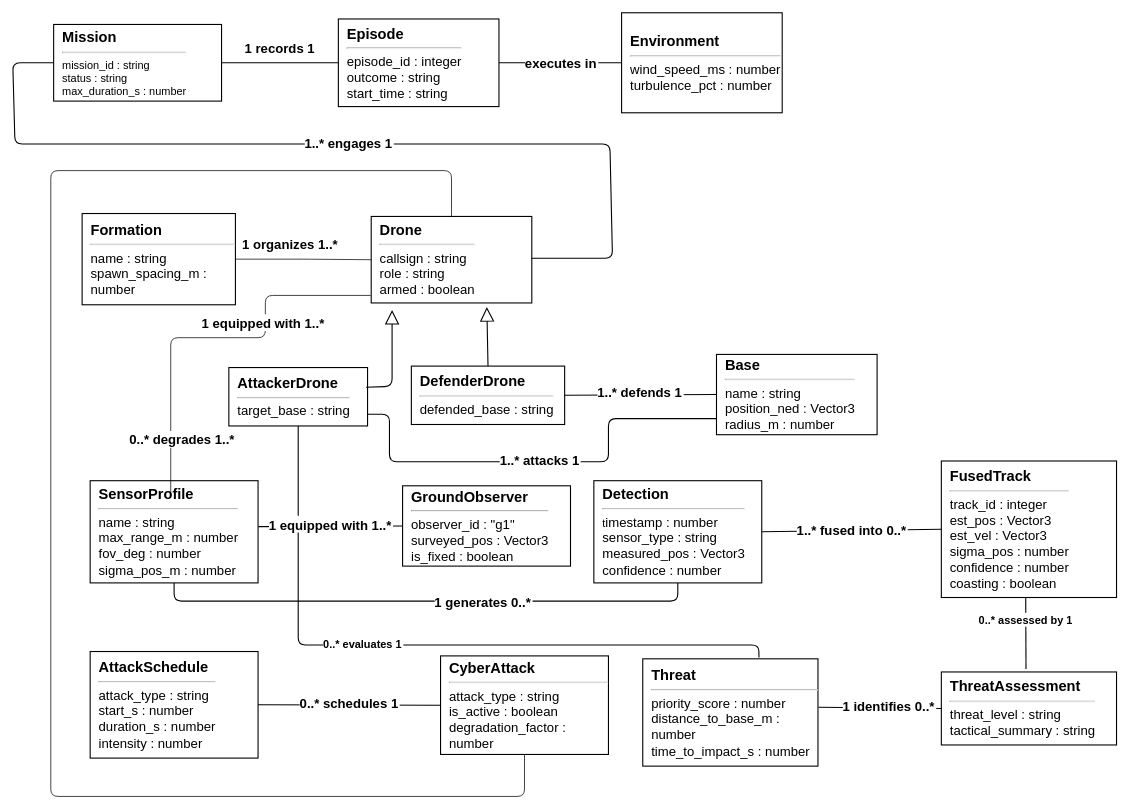
Before: 05_domain_model.drawio in syedmohammad611/diagrams, a draw.io diagram. Source tidied: cells renumbered, new cells numbered last; positions are measured from the earlier drawing's top-left corner, leaving out a move shared by most shapes. Both pictures are drawn from the tidied source at 73%, with x=0, y=0 at pixel (12, 12).
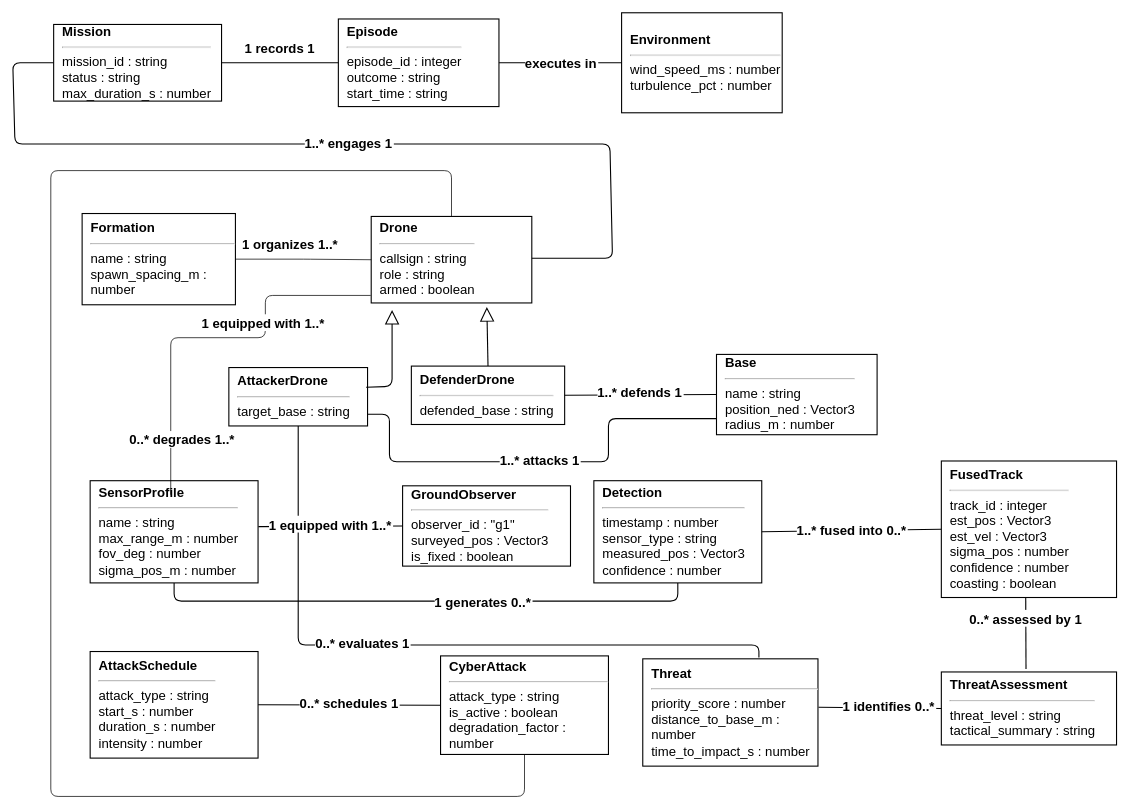
The same diagram, later.

Diff of the diagram source:
```diff
@@
-    <mxCell id="2" value="&lt;b&gt;&lt;font style=&quot;font-size: 20px;&quot;&gt;Formation&lt;/font&gt;&lt;/b&gt;&lt;br&gt;&lt;hr&gt;&lt;font style=&quot;font-size: 18px;&quot;&gt;name : string&lt;br&gt;spawn_spacing_m : number&lt;/font&gt;" style="whiteSpace=wrap;html=1;fillColor=none;strokeColor=#000000;strokeWidth=1.5;fontFamily=Helvetica;fontColor=#000000;fontSize=15;align=left;spacingLeft=10;" parent="1" vertex="1">
+    <mxCell id="2" value="&lt;b&gt;&lt;font&gt;Formation&lt;/font&gt;&lt;/b&gt;&lt;br&gt;&lt;hr&gt;&lt;font&gt;name : string&lt;br&gt;spawn_spacing_m : number&lt;/font&gt;" style="whiteSpace=wrap;html=1;fillColor=none;strokeColor=#000000;strokeWidth=1.5;fontFamily=Helvetica;fontColor=#000000;fontSize=18;align=left;spacingLeft=10;" parent="1" vertex="1">
       <mxGeometry x="95" y="275" width="210" height="125" as="geometry" />
     </mxCell>
-    <mxCell id="3" value="&lt;b&gt;&lt;font style=&quot;font-size: 20px;&quot;&gt;Drone&lt;/font&gt;&lt;/b&gt;&lt;br&gt;&lt;hr&gt;&lt;font style=&quot;font-size: 18px;&quot;&gt;callsign : string&lt;br&gt;role : string&lt;br&gt;armed : boolean&lt;/font&gt;" style="whiteSpace=wrap;html=1;fillColor=none;strokeColor=#000000;strokeWidth=1.5;fontFamily=Helvetica;fontColor=#000000;fontSize=15;align=left;spacingLeft=10;" parent="1" vertex="1">
+    <mxCell id="3" value="&lt;b&gt;&lt;font&gt;Drone&lt;/font&gt;&lt;/b&gt;&lt;br&gt;&lt;hr&gt;&lt;font&gt;callsign : string&lt;br&gt;role : string&lt;br&gt;armed : boolean&lt;/font&gt;" style="whiteSpace=wrap;html=1;fillColor=none;strokeColor=#000000;strokeWidth=1.5;fontFamily=Helvetica;fontColor=#000000;fontSize=18;align=left;spacingLeft=10;" parent="1" vertex="1">
       <mxGeometry x="491" y="279" width="220" height="118.5" as="geometry" />
     </mxCell>
-    <mxCell id="4" value="&lt;font style=&quot;font-size: 20px;&quot;&gt;&lt;b style=&quot;&quot;&gt;Mission&lt;/b&gt;&lt;br&gt;&lt;/font&gt;&lt;hr&gt;mission_id : string&lt;br&gt;status : string&lt;br&gt;max_duration_s : number" style="whiteSpace=wrap;html=1;fillColor=none;strokeColor=#000000;strokeWidth=1.5;fontFamily=Helvetica;fontColor=#000000;fontSize=15;align=left;spacingLeft=10;" parent="1" vertex="1">
+    <mxCell id="4" value="&lt;font&gt;&lt;b&gt;Mission&lt;/b&gt;&lt;br&gt;&lt;/font&gt;&lt;hr&gt;mission_id : string&lt;br&gt;status : string&lt;br&gt;max_duration_s : number" style="whiteSpace=wrap;html=1;fillColor=none;strokeColor=#000000;strokeWidth=1.5;fontFamily=Helvetica;fontColor=#000000;fontSize=18;align=left;spacingLeft=10;" parent="1" vertex="1">
       <mxGeometry x="56" y="16" width="230" height="105" as="geometry" />
     </mxCell>
-    <mxCell id="5" value="&lt;font style=&quot;font-size: 20px;&quot;&gt;&lt;b style=&quot;&quot;&gt;Episode&lt;/b&gt;&lt;br&gt;&lt;/font&gt;&lt;hr&gt;&lt;font style=&quot;font-size: 18px;&quot;&gt;episode_id : integer&lt;br&gt;outcome : string&lt;br&gt;start_time : string&lt;/font&gt;" style="whiteSpace=wrap;html=1;fillColor=none;strokeColor=#000000;strokeWidth=1.5;fontFamily=Helvetica;fontColor=#000000;fontSize=15;align=left;spacingLeft=10;" parent="1" vertex="1">
+    <mxCell id="5" value="&lt;font&gt;&lt;b&gt;Episode&lt;/b&gt;&lt;br&gt;&lt;/font&gt;&lt;hr&gt;&lt;font&gt;episode_id : integer&lt;br&gt;outcome : string&lt;br&gt;start_time : string&lt;/font&gt;" style="whiteSpace=wrap;html=1;fillColor=none;strokeColor=#000000;strokeWidth=1.5;fontFamily=Helvetica;fontColor=#000000;fontSize=18;align=left;spacingLeft=10;" parent="1" vertex="1">
       <mxGeometry x="446" y="8.5" width="220" height="120" as="geometry" />
     </mxCell>
-    <mxCell id="6" value="&lt;font style=&quot;font-size: 20px;&quot;&gt;&lt;b style=&quot;&quot;&gt;Environment&lt;/b&gt;&lt;br&gt;&lt;/font&gt;&lt;hr&gt;&lt;font style=&quot;font-size: 18px;&quot;&gt;wind_speed_ms : number&lt;br&gt;turbulence_pct : number&lt;/font&gt;" style="whiteSpace=wrap;html=1;fillColor=none;strokeColor=#000000;strokeWidth=1.5;fontFamily=Helvetica;fontColor=#000000;fontSize=15;align=left;spacingLeft=10;" parent="1" vertex="1">
+    <mxCell id="6" value="&lt;font&gt;&lt;b&gt;Environment&lt;/b&gt;&lt;br&gt;&lt;/font&gt;&lt;hr&gt;&lt;font&gt;wind_speed_ms : number&lt;br&gt;turbulence_pct : number&lt;/font&gt;" style="whiteSpace=wrap;html=1;fillColor=none;strokeColor=#000000;strokeWidth=1.5;fontFamily=Helvetica;fontColor=#000000;fontSize=18;align=left;spacingLeft=10;" parent="1" vertex="1">
       <mxGeometry x="834" width="220" height="137" as="geometry" />
     </mxCell>
-    <mxCell id="7" value="&lt;font style=&quot;font-size: 20px;&quot;&gt;&lt;b style=&quot;&quot;&gt;AttackerDrone&lt;/b&gt;&lt;br&gt;&lt;/font&gt;&lt;hr&gt;&lt;font style=&quot;font-size: 18px;&quot;&gt;target_base : string&lt;/font&gt;" style="whiteSpace=wrap;html=1;fillColor=none;strokeColor=#000000;strokeWidth=1.5;fontFamily=Helvetica;fontColor=#000000;fontSize=15;align=left;spacingLeft=10;" parent="1" vertex="1">
+    <mxCell id="7" value="&lt;font&gt;&lt;b&gt;AttackerDrone&lt;/b&gt;&lt;br&gt;&lt;/font&gt;&lt;hr&gt;&lt;font&gt;target_base : string&lt;/font&gt;" style="whiteSpace=wrap;html=1;fillColor=none;strokeColor=#000000;strokeWidth=1.5;fontFamily=Helvetica;fontColor=#000000;fontSize=18;align=left;spacingLeft=10;" parent="1" vertex="1">
       <mxGeometry x="296" y="486" width="190" height="80" as="geometry" />
     </mxCell>
-    <mxCell id="8" value="&lt;b&gt;&lt;font style=&quot;font-size: 20px;&quot;&gt;DefenderDrone&lt;/font&gt;&lt;/b&gt;&lt;br&gt;&lt;hr&gt;&lt;font style=&quot;font-size: 18px;&quot;&gt;defended_base : string&lt;/font&gt;" style="whiteSpace=wrap;html=1;fillColor=none;strokeColor=#000000;strokeWidth=1.5;fontFamily=Helvetica;fontColor=#000000;fontSize=15;align=left;spacingLeft=10;" parent="1" vertex="1">
+    <mxCell id="8" value="&lt;b&gt;&lt;font&gt;DefenderDrone&lt;/font&gt;&lt;/b&gt;&lt;br&gt;&lt;hr&gt;&lt;font&gt;defended_base : string&lt;/font&gt;" style="whiteSpace=wrap;html=1;fillColor=none;strokeColor=#000000;strokeWidth=1.5;fontFamily=Helvetica;fontColor=#000000;fontSize=18;align=left;spacingLeft=10;" parent="1" vertex="1">
       <mxGeometry x="546" y="484" width="210" height="80" as="geometry" />
     </mxCell>
-    <mxCell id="9" value="&lt;font style=&quot;font-size: 20px;&quot;&gt;&lt;b style=&quot;&quot;&gt;Base&lt;/b&gt;&lt;br&gt;&lt;/font&gt;&lt;hr&gt;&lt;font style=&quot;font-size: 18px;&quot;&gt;name : string&lt;br&gt;position_ned : Vector3&lt;br&gt;radius_m : number&lt;/font&gt;" style="whiteSpace=wrap;html=1;fillColor=none;strokeColor=#000000;strokeWidth=1.5;fontFamily=Helvetica;fontColor=#000000;fontSize=15;align=left;spacingLeft=10;" parent="1" vertex="1">
+    <mxCell id="9" value="&lt;font&gt;&lt;b&gt;Base&lt;/b&gt;&lt;br&gt;&lt;/font&gt;&lt;hr&gt;&lt;font&gt;name : string&lt;br&gt;position_ned : Vector3&lt;br&gt;radius_m : number&lt;/font&gt;" style="whiteSpace=wrap;html=1;fillColor=none;strokeColor=#000000;strokeWidth=1.5;fontFamily=Helvetica;fontColor=#000000;fontSize=18;align=left;spacingLeft=10;" parent="1" vertex="1">
       <mxGeometry x="964" y="468" width="220" height="110" as="geometry" />
     </mxCell>
-    <mxCell id="10" value="&lt;b&gt;&lt;font style=&quot;font-size: 20px;&quot;&gt;SensorProfile&lt;/font&gt;&lt;/b&gt;&lt;br&gt;&lt;hr&gt;&lt;font style=&quot;font-size: 18px;&quot;&gt;name : string&lt;br&gt;max_range_m : number&lt;br&gt;fov_deg : number&lt;br&gt;sigma_pos_m : number&lt;/font&gt;" style="whiteSpace=wrap;html=1;fillColor=none;strokeColor=#000000;strokeWidth=1.5;fontFamily=Helvetica;fontColor=#000000;fontSize=15;align=left;spacingLeft=10;" parent="1" vertex="1">
+    <mxCell id="10" value="&lt;b&gt;&lt;font&gt;SensorProfile&lt;/font&gt;&lt;/b&gt;&lt;br&gt;&lt;hr&gt;&lt;font&gt;name : string&lt;br&gt;max_range_m : number&lt;br&gt;fov_deg : number&lt;br&gt;sigma_pos_m : number&lt;/font&gt;" style="whiteSpace=wrap;html=1;fillColor=none;strokeColor=#000000;strokeWidth=1.5;fontFamily=Helvetica;fontColor=#000000;fontSize=18;align=left;spacingLeft=10;" parent="1" vertex="1">
       <mxGeometry x="106" y="641" width="230" height="140" as="geometry" />
     </mxCell>
-    <mxCell id="11" value="&lt;b&gt;&lt;font style=&quot;font-size: 20px;&quot;&gt;GroundObserver&lt;/font&gt;&lt;/b&gt;&lt;br&gt;&lt;hr&gt;&lt;font style=&quot;font-size: 18px;&quot;&gt;observer_id : &quot;g1&quot;&lt;br&gt;surveyed_pos : Vector3&lt;br&gt;is_fixed : boolean&lt;/font&gt;" style="whiteSpace=wrap;html=1;fillColor=none;strokeColor=#000000;strokeWidth=1.5;fontFamily=Helvetica;fontColor=#000000;fontSize=15;align=left;spacingLeft=10;" parent="1" vertex="1">
+    <mxCell id="11" value="&lt;b&gt;&lt;font&gt;GroundObserver&lt;/font&gt;&lt;/b&gt;&lt;br&gt;&lt;hr&gt;&lt;font&gt;observer_id : &quot;g1&quot;&lt;br&gt;surveyed_pos : Vector3&lt;br&gt;is_fixed : boolean&lt;/font&gt;" style="whiteSpace=wrap;html=1;fillColor=none;strokeColor=#000000;strokeWidth=1.5;fontFamily=Helvetica;fontColor=#000000;fontSize=18;align=left;spacingLeft=10;" parent="1" vertex="1">
       <mxGeometry x="534" y="648" width="230" height="110" as="geometry" />
     </mxCell>
-    <mxCell id="12" value="&lt;font style=&quot;font-size: 20px;&quot;&gt;&lt;b style=&quot;&quot;&gt;Detection&lt;/b&gt;&lt;br&gt;&lt;/font&gt;&lt;hr&gt;t&lt;font style=&quot;font-size: 18px;&quot;&gt;imestamp : number&lt;br&gt;sensor_type : string&lt;br&gt;measured_pos : Vector3&lt;br&gt;confidence : number&lt;/font&gt;" style="whiteSpace=wrap;html=1;fillColor=none;strokeColor=#000000;strokeWidth=1.5;fontFamily=Helvetica;fontColor=#000000;fontSize=15;align=left;spacingLeft=10;" parent="1" vertex="1">
+    <mxCell id="12" value="&lt;font&gt;&lt;b&gt;Detection&lt;/b&gt;&lt;br&gt;&lt;/font&gt;&lt;hr&gt;t&lt;font&gt;imestamp : number&lt;br&gt;sensor_type : string&lt;br&gt;measured_pos : Vector3&lt;br&gt;confidence : number&lt;/font&gt;" style="whiteSpace=wrap;html=1;fillColor=none;strokeColor=#000000;strokeWidth=1.5;fontFamily=Helvetica;fontColor=#000000;fontSize=18;align=left;spacingLeft=10;" parent="1" vertex="1">
       <mxGeometry x="796" y="641" width="230" height="140" as="geometry" />
     </mxCell>
-    <mxCell id="13" value="&lt;b&gt;&lt;font style=&quot;font-size: 20px;&quot;&gt;FusedTrack&lt;/font&gt;&lt;/b&gt;&lt;br&gt;&lt;hr&gt;&lt;font style=&quot;font-size: 18px;&quot;&gt;track_id : integer&lt;br&gt;est_pos : Vector3&lt;br&gt;est_vel : Vector3&lt;br&gt;sigma_pos : number&lt;br&gt;confidence : number&lt;br&gt;coasting : boolean&lt;/font&gt;" style="whiteSpace=wrap;html=1;fillColor=none;strokeColor=#000000;strokeWidth=1.5;fontFamily=Helvetica;fontColor=#000000;fontSize=15;align=left;spacingLeft=10;" parent="1" vertex="1">
+    <mxCell id="13" value="&lt;b&gt;&lt;font&gt;FusedTrack&lt;/font&gt;&lt;/b&gt;&lt;br&gt;&lt;hr&gt;&lt;font&gt;track_id : integer&lt;br&gt;est_pos : Vector3&lt;br&gt;est_vel : Vector3&lt;br&gt;sigma_pos : number&lt;br&gt;confidence : number&lt;br&gt;coasting : boolean&lt;/font&gt;" style="whiteSpace=wrap;html=1;fillColor=none;strokeColor=#000000;strokeWidth=1.5;fontFamily=Helvetica;fontColor=#000000;fontSize=18;align=left;spacingLeft=10;" parent="1" vertex="1">
       <mxGeometry x="1272" y="614" width="240" height="187" as="geometry" />
     </mxCell>
-    <mxCell id="14" value="&lt;font style=&quot;font-size: 20px;&quot;&gt;&lt;b&gt;ThreatAssessment&lt;/b&gt;&lt;br&gt;&lt;/font&gt;&lt;hr&gt;&lt;font style=&quot;font-size: 18px;&quot;&gt;threat_level : string&lt;br&gt;tactical_summary : string&lt;/font&gt;" style="whiteSpace=wrap;html=1;fillColor=none;strokeColor=#000000;strokeWidth=1.5;fontFamily=Helvetica;fontColor=#000000;fontSize=15;align=left;spacingLeft=10;" parent="1" vertex="1">
+    <mxCell id="14" value="&lt;font&gt;&lt;b&gt;ThreatAssessment&lt;/b&gt;&lt;br&gt;&lt;/font&gt;&lt;hr&gt;&lt;font&gt;threat_level : string&lt;br&gt;tactical_summary : string&lt;/font&gt;" style="whiteSpace=wrap;html=1;fillColor=none;strokeColor=#000000;strokeWidth=1.5;fontFamily=Helvetica;fontColor=#000000;fontSize=18;align=left;spacingLeft=10;" parent="1" vertex="1">
       <mxGeometry x="1272" y="903" width="240" height="100" as="geometry" />
     </mxCell>
-    <mxCell id="15" value="&lt;font style=&quot;font-size: 20px;&quot;&gt;&lt;b style=&quot;&quot;&gt;Threat&lt;/b&gt;&lt;br&gt;&lt;/font&gt;&lt;hr&gt;&lt;font style=&quot;font-size: 18px;&quot;&gt;priority_score : number&lt;br&gt;distance_to_base_m : number&lt;br&gt;time_to_impact_s : number&lt;/font&gt;" style="whiteSpace=wrap;html=1;fillColor=none;strokeColor=#000000;strokeWidth=1.5;fontFamily=Helvetica;fontColor=#000000;fontSize=15;align=left;spacingLeft=10;" parent="1" vertex="1">
+    <mxCell id="15" value="&lt;font&gt;&lt;b&gt;Threat&lt;/b&gt;&lt;br&gt;&lt;/font&gt;&lt;hr&gt;&lt;font&gt;priority_score : number&lt;br&gt;distance_to_base_m : number&lt;br&gt;time_to_impact_s : number&lt;/font&gt;" style="whiteSpace=wrap;html=1;fillColor=none;strokeColor=#000000;strokeWidth=1.5;fontFamily=Helvetica;fontColor=#000000;fontSize=18;align=left;spacingLeft=10;" parent="1" vertex="1">
       <mxGeometry x="863" y="885" width="240" height="147" as="geometry" />
     </mxCell>
-    <mxCell id="16" value="&lt;font style=&quot;font-size: 20px;&quot;&gt;&lt;b style=&quot;&quot;&gt;AttackSchedule&lt;/b&gt;&lt;br&gt;&lt;/font&gt;&lt;hr&gt;&lt;font style=&quot;font-size: 18px;&quot;&gt;attack_type : string&lt;br&gt;start_s : number&lt;br&gt;duration_s : number&lt;br&gt;intensity : number&lt;/font&gt;" style="whiteSpace=wrap;html=1;fillColor=none;strokeColor=#000000;strokeWidth=1.5;fontFamily=Helvetica;fontColor=#000000;fontSize=15;align=left;spacingLeft=10;" parent="1" vertex="1">
+    <mxCell id="16" value="&lt;font&gt;&lt;b&gt;AttackSchedule&lt;/b&gt;&lt;br&gt;&lt;/font&gt;&lt;hr&gt;&lt;font&gt;attack_type : string&lt;br&gt;start_s : number&lt;br&gt;duration_s : number&lt;br&gt;intensity : number&lt;/font&gt;" style="whiteSpace=wrap;html=1;fillColor=none;strokeColor=#000000;strokeWidth=1.5;fontFamily=Helvetica;fontColor=#000000;fontSize=18;align=left;spacingLeft=10;" parent="1" vertex="1">
       <mxGeometry x="106" y="875" width="230" height="146" as="geometry" />
     </mxCell>
-    <mxCell id="17" value="&lt;font style=&quot;font-size: 20px;&quot;&gt;&lt;b style=&quot;&quot;&gt;CyberAttack&lt;/b&gt;&lt;br&gt;&lt;/font&gt;&lt;hr&gt;&lt;font style=&quot;font-size: 18px;&quot;&gt;attack_type : string&lt;br&gt;is_active : boolean&lt;br&gt;degradation_factor : number&lt;/font&gt;" style="whiteSpace=wrap;html=1;fillColor=none;strokeColor=#000000;strokeWidth=1.5;fontFamily=Helvetica;fontColor=#000000;fontSize=15;align=left;spacingLeft=10;" parent="1" vertex="1">
+    <mxCell id="17" value="&lt;font&gt;&lt;b&gt;CyberAttack&lt;/b&gt;&lt;br&gt;&lt;/font&gt;&lt;hr&gt;&lt;font&gt;attack_type : string&lt;br&gt;is_active : boolean&lt;br&gt;degradation_factor : number&lt;/font&gt;" style="whiteSpace=wrap;html=1;fillColor=none;strokeColor=#000000;strokeWidth=1.5;fontFamily=Helvetica;fontColor=#000000;fontSize=18;align=left;spacingLeft=10;" parent="1" vertex="1">
       <mxGeometry x="586" y="881" width="230" height="135" as="geometry" />
     </mxCell>
-    <mxCell id="18" style="endArrow=block;endFill=0;strokeColor=#000000;strokeWidth=1.5;exitX=0.99;exitY=0.338;exitDx=0;exitDy=0;exitPerimeter=0;labelBackgroundColor=none;endSize=16;" parent="1" edge="1" source="7">
+    <mxCell id="18" style="endArrow=block;endFill=0;strokeColor=#000000;strokeWidth=1.5;exitX=0.99;exitY=0.338;exitDx=0;exitDy=0;exitPerimeter=0;labelBackgroundColor=none;endSize=16;fontSize=18;" parent="1" edge="1" source="7">
       <mxGeometry relative="1" as="geometry">
         <mxPoint x="519.6" y="407.2" as="targetPoint" />
         <Array as="points">
           <mxPoint x="519.6" y="511.8" />
         </Array>
       </mxGeometry>
     </mxCell>
-    <mxCell id="19" style="endArrow=block;endFill=0;strokeColor=#000000;strokeWidth=1.5;exitX=0.5;exitY=0;labelBackgroundColor=none;entryX=0.72;entryY=1.048;entryDx=0;entryDy=0;entryPerimeter=0;endSize=16;" parent="1" edge="1" source="8" target="3">
+    <mxCell id="19" style="endArrow=block;endFill=0;strokeColor=#000000;strokeWidth=1.5;exitX=0.5;exitY=0;labelBackgroundColor=none;entryX=0.72;entryY=1.048;entryDx=0;entryDy=0;entryPerimeter=0;endSize=16;fontSize=18;" parent="1" edge="1" source="8" target="3">
       <mxGeometry relative="1" as="geometry" />
     </mxCell>
@@
-    <mxCell id="29" value="0..*     assessed by     1" style="endArrow=none;strokeColor=#000000;strokeWidth=1.5;fontFamily=Helvetica;fontSize=15;fontColor=#000000;exitX=0.469;exitY=1.001;fontStyle=1;labelBackgroundColor=#FFFFFF;verticalAlign=bottom;spacingBottom=8;spacingLeft=10;spacingRight=10;exitDx=0;exitDy=0;exitPerimeter=0;" parent="1" edge="1">
+    <mxCell id="29" value="0..*     assessed by     1" style="endArrow=none;strokeColor=#000000;strokeWidth=1.5;fontFamily=Helvetica;fontSize=18;fontColor=#000000;exitX=0.469;exitY=1.001;fontStyle=1;labelBackgroundColor=#FFFFFF;verticalAlign=bottom;spacingBottom=8;spacingLeft=10;spacingRight=10;exitDx=0;exitDy=0;exitPerimeter=0;" parent="1" edge="1">
       <mxGeometry relative="1" as="geometry">
         <mxPoint x="1387.6" y="801.2" as="sourcePoint" />
         <mxPoint x="1388" y="899" as="targetPoint" />
       </mxGeometry>
     </mxCell>
@@
-    <mxCell id="31" value="0..*     evaluates     1" style="edgeStyle=orthogonalEdgeStyle;rounded=1;endArrow=none;strokeColor=#000000;strokeWidth=1.5;fontFamily=Helvetica;fontSize=15;fontColor=#000000;entryX=0.5;entryY=1;fontStyle=1;labelBackgroundColor=#FFFFFF;verticalAlign=bottom;spacingBottom=8;spacingLeft=10;spacingRight=10;exitX=0.663;exitY=-0.012;exitDx=0;exitDy=0;exitPerimeter=0;" parent="1" edge="1" source="15" target="7">
+    <mxCell id="31" value="0..*     evaluates     1" style="edgeStyle=orthogonalEdgeStyle;rounded=1;endArrow=none;strokeColor=#000000;strokeWidth=1.5;fontFamily=Helvetica;fontSize=18;fontColor=#000000;entryX=0.5;entryY=1;fontStyle=1;labelBackgroundColor=#FFFFFF;verticalAlign=bottom;spacingBottom=8;spacingLeft=10;spacingRight=10;exitX=0.663;exitY=-0.012;exitDx=0;exitDy=0;exitPerimeter=0;" parent="1" edge="1" source="15" target="7">
       <mxGeometry x="0.18" y="18" relative="1" as="geometry">
         <Array as="points">
           <mxPoint x="1022.1" y="866" />
           <mxPoint x="391" y="866" />
         </Array>
       </mxGeometry>
     </mxCell>
```
